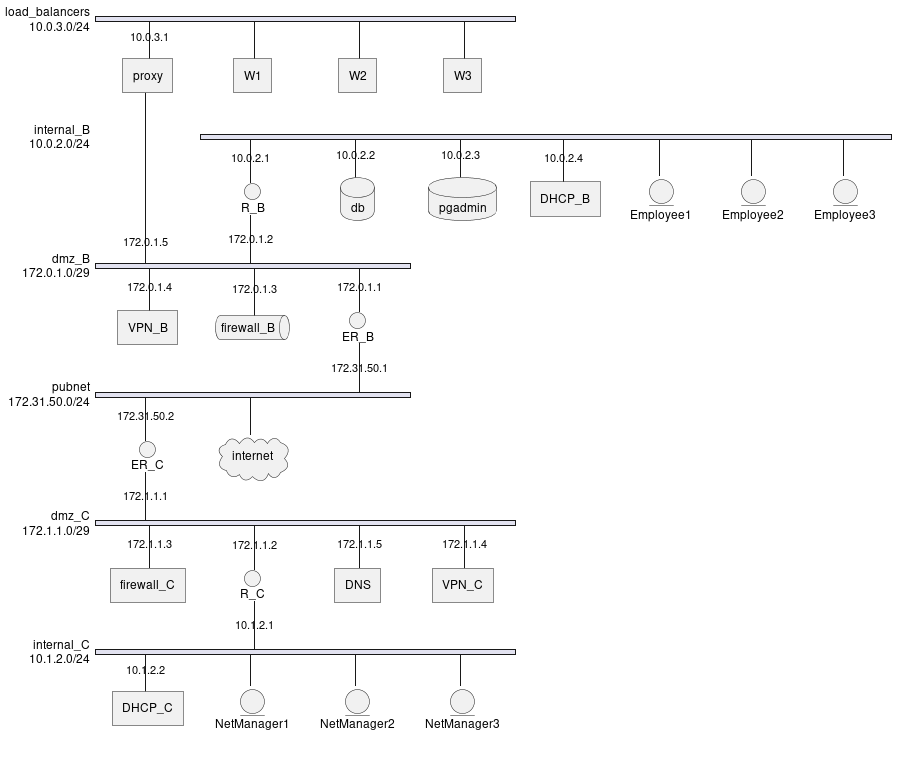
joaolucasmartins/grs2022 keeps this PlantUML diagram as proj/docs/grs.png. Above is the earlier version.
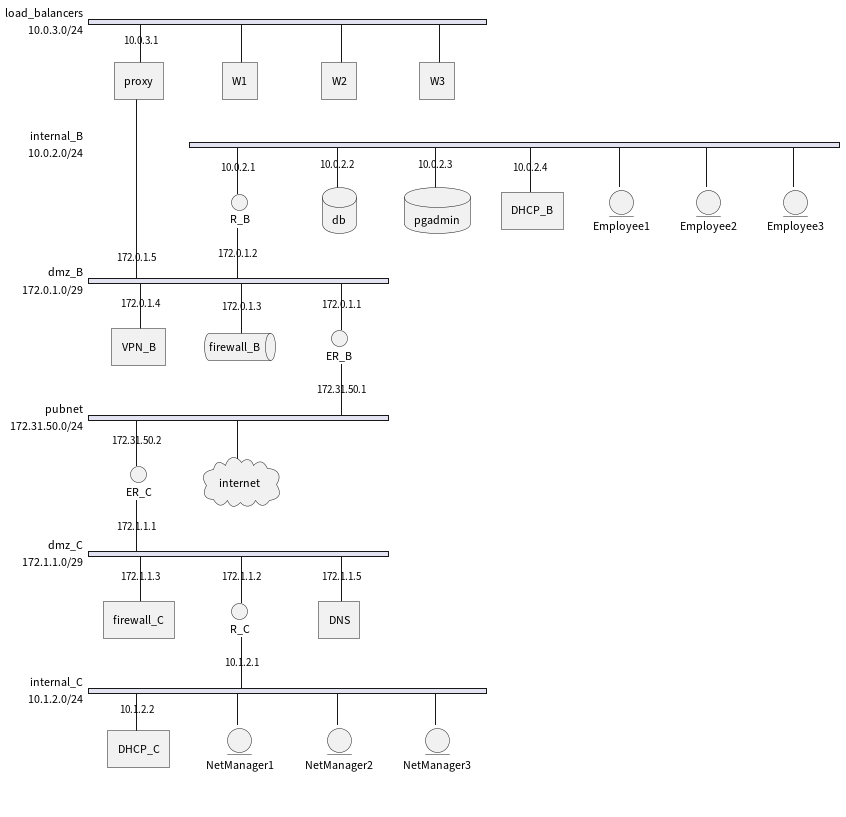
Above is the later version.

The edit, as a diff of the source:
```diff
@@ -8,6 +8,7 @@
     W2;
     W3;
   }
+
   network internal_B {
     address = "10.0.2.0/24";
     R_B [shape = interface, address="10.0.2.1"]
@@ -35,14 +36,12 @@
     internet [shape = cloud];
   }
 
-
   network dmz_C {
     address = "172.1.1.0/29";
     ER_C [shape = interface, address="172.1.1.1"]
     firewall_C [shape = queu, address="172.1.1.3"]
     R_C [shape = interfac, address="172.1.1.2"]
     DNS [shape = rectangl, address="172.1.1.5"]
-    VPN_C [shape = rectangl, address="172.1.1.4"]
   }
 
   network internal_C {
```
